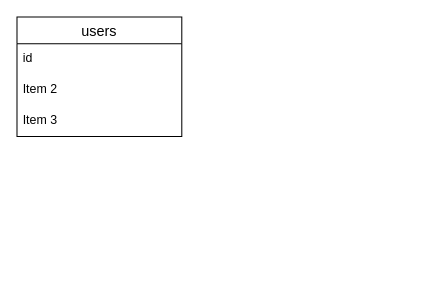
Earlier version of the draw.io diagram Diagram/Diagram-database.drawio (HaVanDuoc/tech-ecommerce-website). Source tidied: cells renumbered, new cells numbered last; positions are measured from the earlier drawing's top-left corner, leaving out a move shared by most shapes. Both pictures are drawn from the tidied source at 103%, with x=0, y=0 at pixel (16, 16).
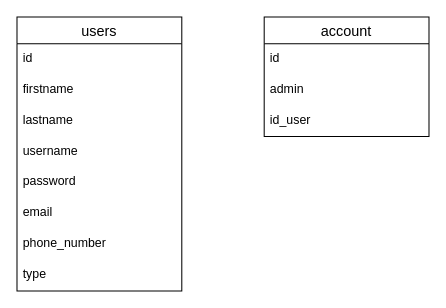
The same diagram, later.

Commit message (it also covers changes not shown here):
connected database

What changed in the source:
```diff
@@
 <mxGraphModel>
   <root>
     <mxCell id="0" />
     <mxCell id="1" parent="0" />
     <mxCell id="2" value="users" style="swimlane;fontStyle=0;horizontal=1;startSize=26;align=center;fontSize=14;" parent="1" vertex="1">
-      <mxGeometry width="160" height="116" as="geometry" />
+      <mxGeometry width="160" height="266" as="geometry" />
     </mxCell>
     <mxCell id="3" value="id" style="text;strokeColor=none;fillColor=none;spacingLeft=4;spacingRight=4;overflow=hidden;fontSize=12;" parent="2" vertex="1">
       <mxGeometry y="26" width="160" height="30" as="geometry" />
     </mxCell>
-    <mxCell id="4" value="Item 2" style="text;strokeColor=none;fillColor=none;spacingLeft=4;spacingRight=4;overflow=hidden;fontSize=12;" parent="2" vertex="1">
+    <mxCell id="4" value="firstname" style="text;strokeColor=none;fillColor=none;spacingLeft=4;spacingRight=4;overflow=hidden;fontSize=12;" parent="2" vertex="1">
       <mxGeometry y="56" width="160" height="30" as="geometry" />
     </mxCell>
-    <mxCell id="5" value="Item 3" style="text;strokeColor=none;fillColor=none;spacingLeft=4;spacingRight=4;overflow=hidden;fontSize=12;" parent="2" vertex="1">
+    <mxCell id="5" value="lastname" style="text;strokeColor=none;fillColor=none;spacingLeft=4;spacingRight=4;overflow=hidden;fontSize=12;" parent="2" vertex="1">
       <mxGeometry y="86" width="160" height="30" as="geometry" />
     </mxCell>
+    <mxCell id="6" value="username" style="text;strokeColor=none;fillColor=none;spacingLeft=4;spacingRight=4;overflow=hidden;fontSize=12;" parent="2" vertex="1">
+      <mxGeometry y="116" width="160" height="30" as="geometry" />
+    </mxCell>
+    <mxCell id="7" value="password" style="text;strokeColor=none;fillColor=none;spacingLeft=4;spacingRight=4;overflow=hidden;fontSize=12;" parent="2" vertex="1">
+      <mxGeometry y="146" width="160" height="30" as="geometry" />
+    </mxCell>
+    <mxCell id="8" value="email" style="text;strokeColor=none;fillColor=none;spacingLeft=4;spacingRight=4;overflow=hidden;fontSize=12;" parent="2" vertex="1">
+      <mxGeometry y="176" width="160" height="30" as="geometry" />
+    </mxCell>
+    <mxCell id="9" value="phone_number" style="text;strokeColor=none;fillColor=none;spacingLeft=4;spacingRight=4;overflow=hidden;fontSize=12;" parent="2" vertex="1">
+      <mxGeometry y="206" width="160" height="30" as="geometry" />
+    </mxCell>
+    <mxCell id="10" value="type" style="text;strokeColor=none;fillColor=none;spacingLeft=4;spacingRight=4;overflow=hidden;fontSize=12;" parent="2" vertex="1">
+      <mxGeometry y="236" width="160" height="30" as="geometry" />
+    </mxCell>
+    <mxCell id="11" value="account" style="swimlane;fontStyle=0;horizontal=1;startSize=26;align=center;fontSize=14;" parent="1" vertex="1">
+      <mxGeometry x="240" width="160" height="116" as="geometry" />
+    </mxCell>
+    <mxCell id="12" value="id" style="text;strokeColor=none;fillColor=none;spacingLeft=4;spacingRight=4;overflow=hidden;fontSize=12;" parent="11" vertex="1">
+      <mxGeometry y="26" width="160" height="30" as="geometry" />
+    </mxCell>
+    <mxCell id="13" value="admin" style="text;strokeColor=none;fillColor=none;spacingLeft=4;spacingRight=4;overflow=hidden;fontSize=12;" parent="11" vertex="1">
+      <mxGeometry y="56" width="160" height="30" as="geometry" />
+    </mxCell>
+    <mxCell id="14" value="id_user" style="text;strokeColor=none;fillColor=none;spacingLeft=4;spacingRight=4;overflow=hidden;fontSize=12;" parent="11" vertex="1">
+      <mxGeometry y="86" width="160" height="30" as="geometry" />
+    </mxCell>
   </root>
 </mxGraphModel>
```
